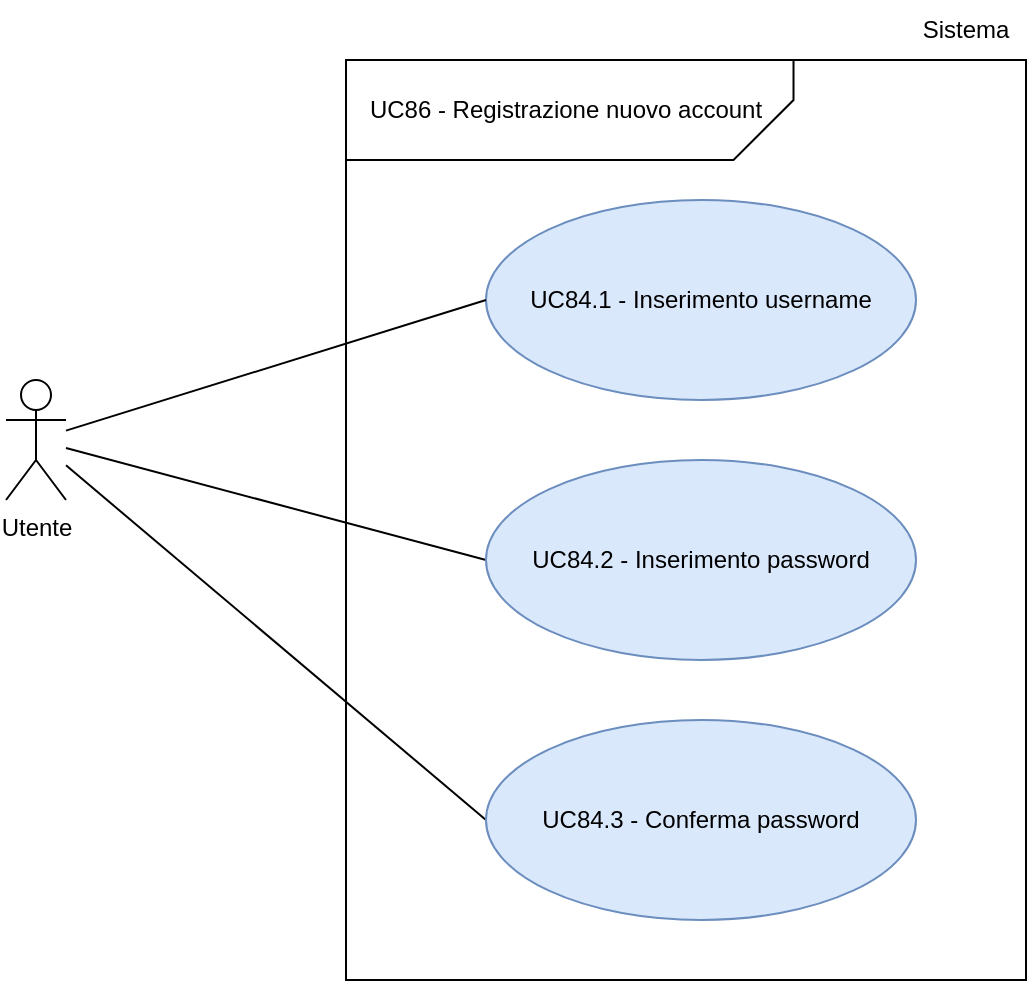
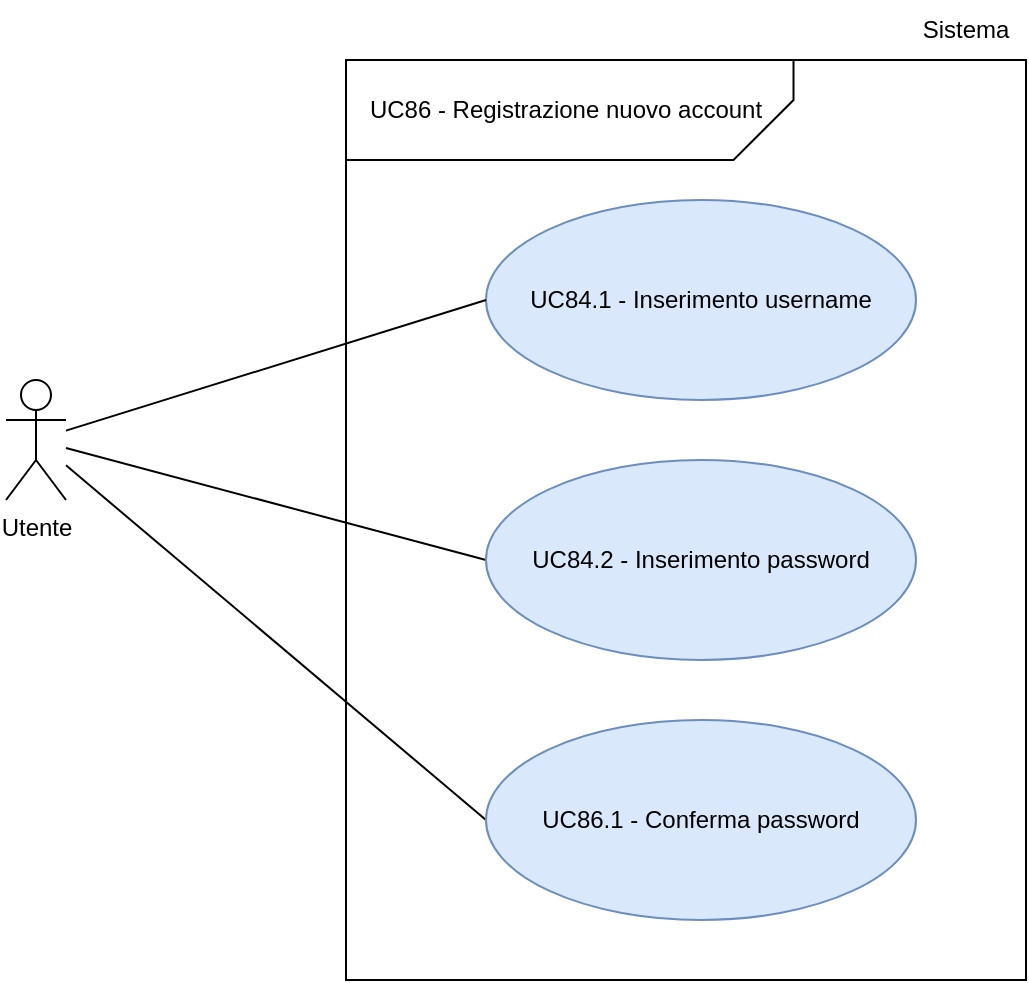
<mxfile host="Electron" agent="Mozilla/5.0 (Macintosh; Intel Mac OS X 10_15_7) AppleWebKit/537.36 (KHTML, like Gecko) draw.io/29.6.6 Chrome/144.0.7559.236 Electron/40.8.4 Safari/537.36" version="29.6.6">
  <diagram name="Page-1" id="4xtho81ADt9NAkVEL4nd">
    <mxGraphModel dx="976" dy="656" grid="1" gridSize="10" guides="1" tooltips="1" connect="1" arrows="1" fold="1" page="1" pageScale="1" pageWidth="850" pageHeight="1100" math="0" shadow="0">
      <root>
        <mxCell id="0" />
        <mxCell id="1" parent="0" />
        <mxCell id="StCBPmpuHo7DJ7ayqhCM-1" parent="1" style="rounded=0;whiteSpace=wrap;html=1;" value="" vertex="1">
          <mxGeometry height="460" width="340" x="310" y="180" as="geometry" />
        </mxCell>
        <mxCell id="StCBPmpuHo7DJ7ayqhCM-2" parent="1" style="ellipse;whiteSpace=wrap;html=1;fillColor=#dae8fc;strokeColor=#6c8ebf;" value="UC84.1 - Inserimento username" vertex="1">
          <mxGeometry height="100" width="215" x="380" y="250" as="geometry" />
        </mxCell>
        <mxCell id="StCBPmpuHo7DJ7ayqhCM-4" edge="1" parent="1" source="StCBPmpuHo7DJ7ayqhCM-3" style="rounded=0;orthogonalLoop=1;jettySize=auto;html=1;endArrow=none;endFill=0;entryX=0;entryY=0.5;entryDx=0;entryDy=0;" target="StCBPmpuHo7DJ7ayqhCM-2">
          <mxGeometry relative="1" as="geometry" />
        </mxCell>
        <mxCell id="jaEmoDdwr42s-Wh7kGPf-13" edge="1" parent="1" source="StCBPmpuHo7DJ7ayqhCM-3" style="rounded=0;orthogonalLoop=1;jettySize=auto;html=1;entryX=0;entryY=0.5;entryDx=0;entryDy=0;endArrow=none;endFill=0;" target="jaEmoDdwr42s-Wh7kGPf-11">
          <mxGeometry relative="1" as="geometry" />
        </mxCell>
        <mxCell id="ssOFu9crJtmsMcYIbcvY-2" edge="1" parent="1" source="StCBPmpuHo7DJ7ayqhCM-3" style="rounded=0;orthogonalLoop=1;jettySize=auto;html=1;entryX=0;entryY=0.5;entryDx=0;entryDy=0;endArrow=none;endFill=0;" target="ssOFu9crJtmsMcYIbcvY-1">
          <mxGeometry relative="1" as="geometry" />
        </mxCell>
        <mxCell id="StCBPmpuHo7DJ7ayqhCM-3" parent="1" style="shape=umlActor;verticalLabelPosition=bottom;verticalAlign=top;html=1;outlineConnect=0;" value="Utente" vertex="1">
          <mxGeometry height="60" width="30" x="140" y="340" as="geometry" />
        </mxCell>
        <mxCell id="StCBPmpuHo7DJ7ayqhCM-5" parent="1" style="text;html=1;whiteSpace=wrap;strokeColor=none;fillColor=none;align=center;verticalAlign=middle;rounded=0;" value="Sistema" vertex="1">
          <mxGeometry height="30" width="60" x="590" y="150" as="geometry" />
        </mxCell>
        <mxCell id="jaEmoDdwr42s-Wh7kGPf-9" parent="1" style="shape=card;whiteSpace=wrap;html=1;rotation=-90;flipH=0;legacyAnchorPoints=0;flipV=1;" value="" vertex="1">
          <mxGeometry height="223.75" width="50" x="396.88" y="93.13" as="geometry" />
        </mxCell>
        <mxCell id="jaEmoDdwr42s-Wh7kGPf-10" parent="1" style="text;html=1;whiteSpace=wrap;strokeColor=none;fillColor=none;align=center;verticalAlign=middle;rounded=0;fontSize=12;" value="UC86 - Registrazione nuovo account" vertex="1">
          <mxGeometry height="30" width="200" x="320" y="190" as="geometry" />
        </mxCell>
        <mxCell id="jaEmoDdwr42s-Wh7kGPf-11" parent="1" style="ellipse;whiteSpace=wrap;html=1;fillColor=#dae8fc;strokeColor=#6c8ebf;" value="UC84.2 - Inserimento password" vertex="1">
          <mxGeometry height="100" width="215" x="380" y="380" as="geometry" />
        </mxCell>
-         <mxCell id="ssOFu9crJtmsMcYIbcvY-1" parent="1" style="ellipse;whiteSpace=wrap;html=1;fillColor=#dae8fc;strokeColor=#6c8ebf;" value="UC84.3 - Conferma password" vertex="1">
+         <mxCell id="ssOFu9crJtmsMcYIbcvY-1" parent="1" style="ellipse;whiteSpace=wrap;html=1;fillColor=#dae8fc;strokeColor=#6c8ebf;" value="UC86.1 - Conferma password" vertex="1">
          <mxGeometry height="100" width="215" x="380" y="510" as="geometry" />
        </mxCell>
      </root>
    </mxGraphModel>
  </diagram>
</mxfile>
